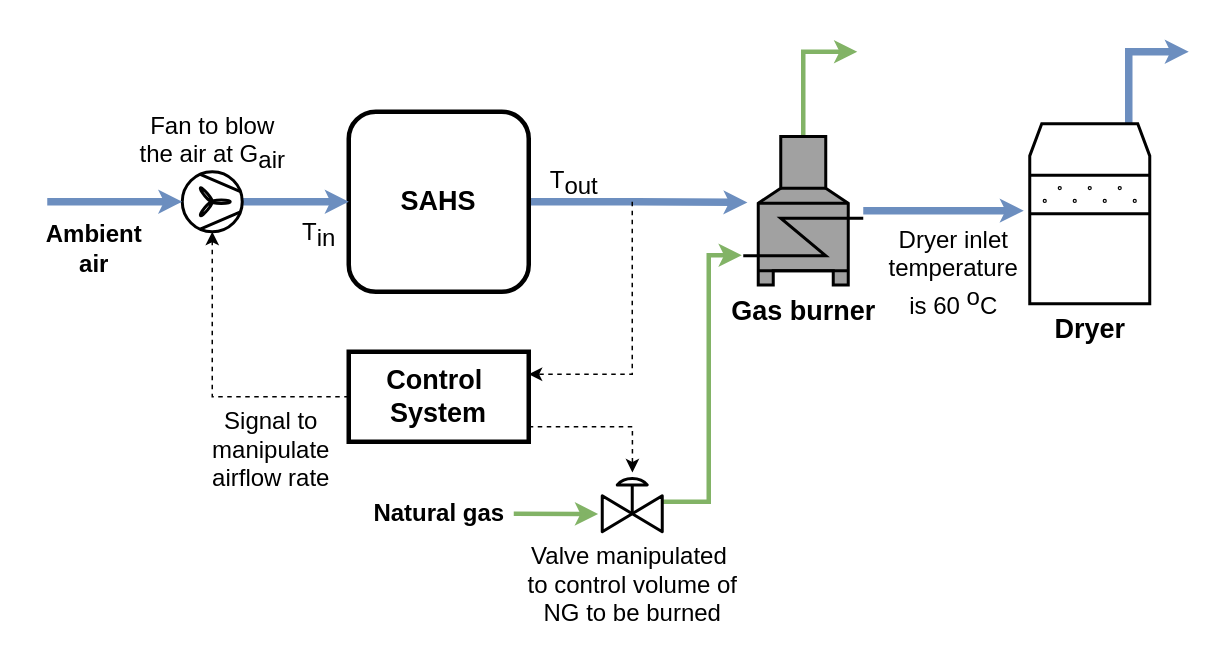
The draw.io diagram figs/system-drying.drawio in fsguerreiro/My_thesis, before the edit. Source tidied: cells renumbered, new cells numbered last; positions are measured from the earlier drawing's top-left corner, leaving out a move shared by most shapes. Both pictures are drawn from the tidied source at 150%, with x=0, y=0 at pixel (26, 51).
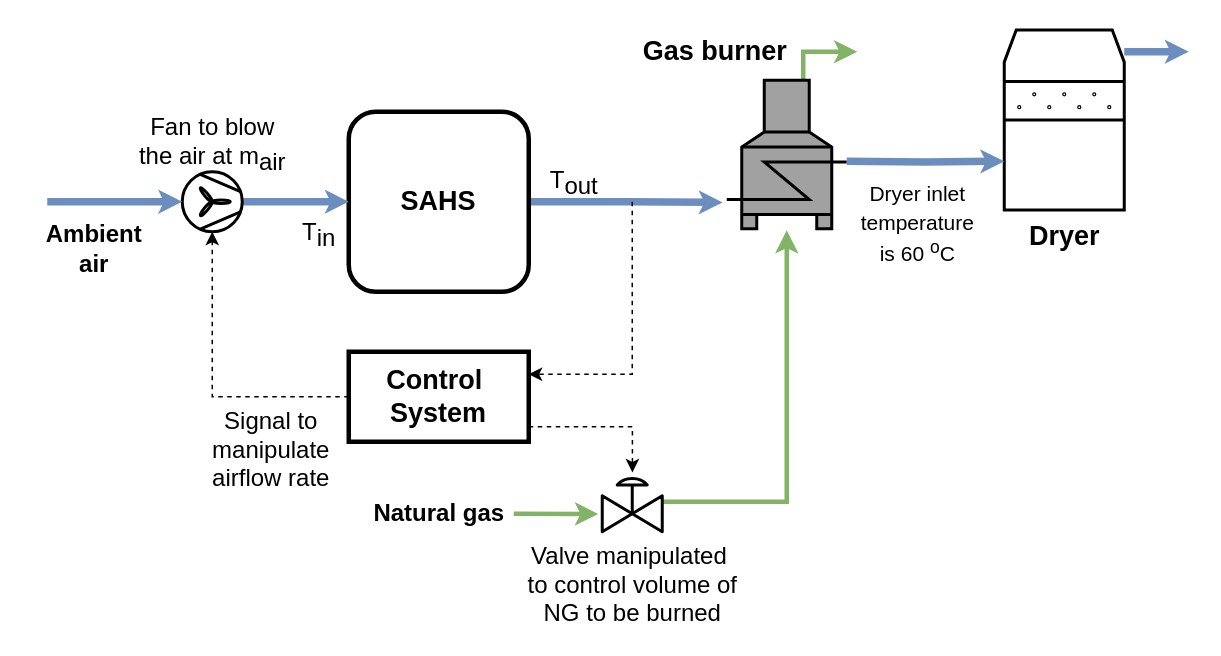
Above is the later version.

Unchanged cells that the change refers to:
```xml
<mxCell id="3" value="SAHS" style="rounded=1;whiteSpace=wrap;html=1;fontSize=18;fontStyle=1;strokeWidth=3;fontFamily=Helvetica;" parent="1" vertex="1">
  <mxGeometry x="215" y="40" width="120" height="120" as="geometry" />
</mxCell>
<mxCell id="12" value="Valve manipulated&amp;nbsp;&lt;br style=&quot;font-size: 16px;&quot;&gt;to control volume of &lt;br&gt;NG to be burned" style="verticalLabelPosition=bottom;align=center;html=1;verticalAlign=top;dashed=0;shape=mxgraph.pid2valves.valve;valveType=gate;actuator=diaph;fontFamily=Helvetica;fontSize=16;strokeWidth=2;" parent="1" vertex="1">
  <mxGeometry x="384" y="280" width="40" height="40" as="geometry" />
</mxCell>
```

What changed in the source:
```diff
@@
-    <mxCell id="2" style="edgeStyle=orthogonalEdgeStyle;rounded=0;jettySize=auto;html=1;entryX=0.965;entryY=0.444;entryDx=0;entryDy=0;entryPerimeter=0;fillColor=#dae8fc;strokeColor=#6c8ebf;strokeWidth=5;endSize=0;" parent="1" edge="1" source="3" target="10">
+    <mxCell id="2" style="edgeStyle=orthogonalEdgeStyle;rounded=0;jettySize=auto;html=1;entryX=1.034;entryY=0.823;entryDx=0;entryDy=0;entryPerimeter=0;fillColor=#dae8fc;strokeColor=#6c8ebf;strokeWidth=5;endSize=0;" parent="1" edge="1" source="3" target="10">
       <mxGeometry relative="1" as="geometry" />
     </mxCell>
@@
     <mxCell id="7" value="Dryer" style="shape=mxgraph.pid.driers.drier_(fluidized_bed);html=1;align=center;verticalLabelPosition=bottom;verticalAlign=top;dashed=0;fontSize=18;fontStyle=1;strokeWidth=2;fontFamily=Helvetica;" parent="1" vertex="1">
-      <mxGeometry x="669" y="48" width="80" height="120" as="geometry" />
+      <mxGeometry x="652" y="-14.5" width="80" height="120" as="geometry" />
     </mxCell>
@@
-    <mxCell id="9" style="edgeStyle=orthogonalEdgeStyle;rounded=0;jettySize=auto;html=1;entryX=-0.05;entryY=0.483;entryDx=0;entryDy=0;entryPerimeter=0;strokeWidth=5;fillColor=#dae8fc;strokeColor=#6c8ebf;endSize=0;" parent="1" edge="1" source="10" target="7">
-      <mxGeometry relative="1" as="geometry" />
-    </mxCell>
-    <mxCell id="10" value="Gas burner" style="shape=mxgraph.pid.vessels.furnace;html=1;align=center;verticalLabelPosition=bottom;verticalAlign=top;dashed=0;fillStyle=solid;fillColor=#A1A1A1;flipH=1;fontSize=18;fontStyle=1;strokeWidth=2;fontFamily=Helvetica;" parent="1" vertex="1">
-      <mxGeometry x="478" y="56.5" width="80" height="99" as="geometry" />
+    <mxCell id="10" style="shape=mxgraph.pid.vessels.furnace;html=1;align=center;verticalLabelPosition=bottom;verticalAlign=top;dashed=0;fillStyle=solid;fillColor=#A1A1A1;flipH=1;fontSize=18;fontStyle=1;strokeWidth=2;fontFamily=Helvetica;" parent="1" vertex="1">
+      <mxGeometry x="467" y="19" width="80" height="99" as="geometry" />
     </mxCell>
-    <mxCell id="11" style="edgeStyle=orthogonalEdgeStyle;rounded=0;jettySize=auto;html=1;entryX=1.012;entryY=0.8;entryDx=0;entryDy=0;entryPerimeter=0;strokeWidth=3;fillColor=#d5e8d4;strokeColor=#82b366;fontFamily=Helvetica;fontSize=16;" parent="1" edge="1" source="12" target="10">
+    <mxCell id="11" style="edgeStyle=orthogonalEdgeStyle;rounded=0;jettySize=auto;html=1;strokeWidth=3;fillColor=#d5e8d4;strokeColor=#82b366;fontFamily=Helvetica;fontSize=16;entryX=0.5;entryY=1.01;entryDx=0;entryDy=0;entryPerimeter=0;" parent="1" edge="1" source="12" target="10">
       <mxGeometry relative="1" as="geometry">
         <Array as="points">
-          <mxPoint x="455" y="300" />
-          <mxPoint x="455" y="136" />
+          <mxPoint x="507" y="300" />
         </Array>
       </mxGeometry>
     </mxCell>
@@
-    <mxCell id="23" value="Dryer inlet &lt;br&gt;temperature &lt;br&gt;is 60 &lt;sup style=&quot;font-size: 16px;&quot;&gt;o&lt;/sup&gt;C" style="text;html=1;align=center;verticalAlign=middle;strokeColor=none;fillColor=none;fontFamily=Helvetica;fontSize=16;" parent="1" vertex="1">
-      <mxGeometry x="563" y="107" width="110" height="80" as="geometry" />
+    <mxCell id="23" value="&lt;font style=&quot;font-size: 14px;&quot;&gt;Dryer inlet &lt;br&gt;temperature &lt;br&gt;is 60 &lt;sup style=&quot;&quot;&gt;o&lt;/sup&gt;C&lt;/font&gt;" style="text;html=1;align=center;verticalAlign=middle;strokeColor=none;fillColor=none;fontFamily=Helvetica;fontSize=16;" parent="1" vertex="1">
+      <mxGeometry x="547" y="78" width="93" height="71" as="geometry" />
     </mxCell>
-    <mxCell id="24" value="Fan to blow &lt;br style=&quot;font-size: 16px;&quot;&gt;the air at G&lt;sub style=&quot;font-size: 16px;&quot;&gt;air&lt;/sub&gt;" style="text;html=1;align=center;verticalAlign=middle;strokeColor=none;fillColor=none;fontFamily=Helvetica;fontSize=16;strokeWidth=1;" parent="1" vertex="1">
-      <mxGeometry x="64" y="31" width="120" height="60" as="geometry" />
+    <mxCell id="24" value="Fan to blow &lt;br style=&quot;font-size: 16px;&quot;&gt;the air at m&lt;sub style=&quot;font-size: 16px;&quot;&gt;air&lt;/sub&gt;" style="text;html=1;align=center;verticalAlign=middle;strokeColor=none;fillColor=none;fontFamily=Helvetica;fontSize=16;strokeWidth=1;" parent="1" vertex="1">
+      <mxGeometry x="66" y="34" width="116" height="55" as="geometry" />
     </mxCell>
@@
+    <mxCell id="26" value="&lt;font style=&quot;font-size: 18px;&quot;&gt;&lt;b style=&quot;&quot;&gt;Gas burner&lt;/b&gt;&lt;/font&gt;" style="text;html=1;align=center;verticalAlign=middle;strokeColor=none;fillColor=none;" parent="1" vertex="1">
+      <mxGeometry x="402" y="-17" width="114" height="34" as="geometry" />
+    </mxCell>
+    <mxCell id="27" style="edgeStyle=orthogonalEdgeStyle;rounded=0;jettySize=auto;html=1;fillColor=#dae8fc;strokeColor=#6c8ebf;strokeWidth=5;endSize=0;entryX=0;entryY=0.729;entryDx=0;entryDy=0;entryPerimeter=0;" parent="1" edge="1" target="7">
+      <mxGeometry relative="1" as="geometry">
+        <mxPoint x="547" y="73" as="sourcePoint" />
+      </mxGeometry>
+    </mxCell>
```
